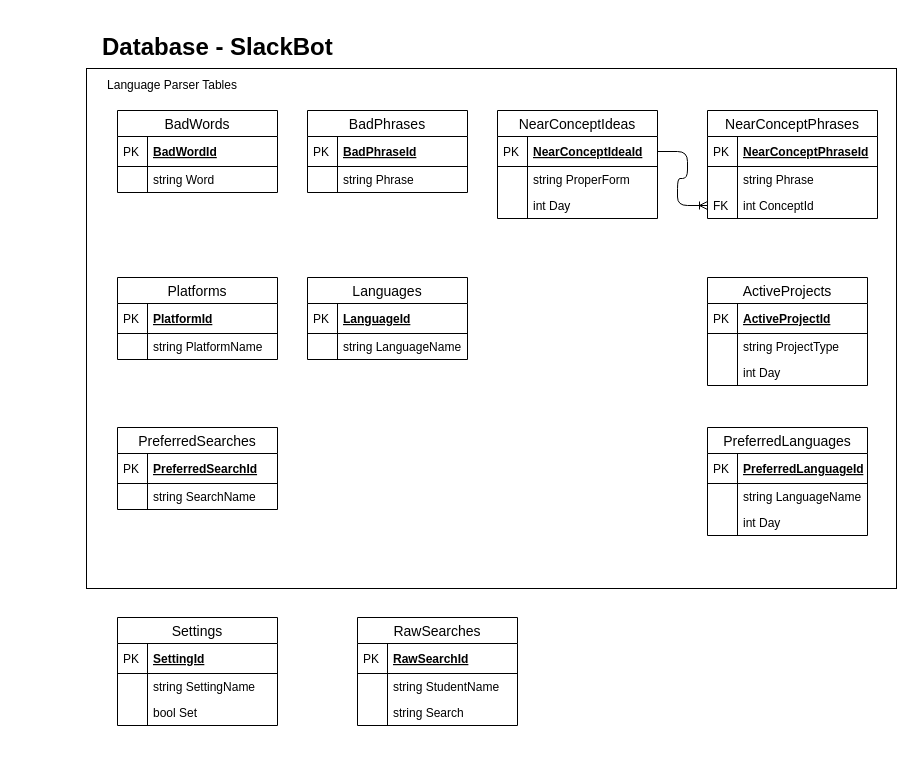
Before: page "Database" (2 of 3) of Documentation/EntityRelationshipDiagram.drawio in aseichter2007/devCodeBot, a draw.io diagram. Source tidied: cells renumbered, new cells numbered last; positions are measured from the earlier drawing's top-left corner, leaving out a move shared by most shapes. Both pictures are drawn from the tidied source at 100%, with x=0, y=0 at pixel (17, 27).
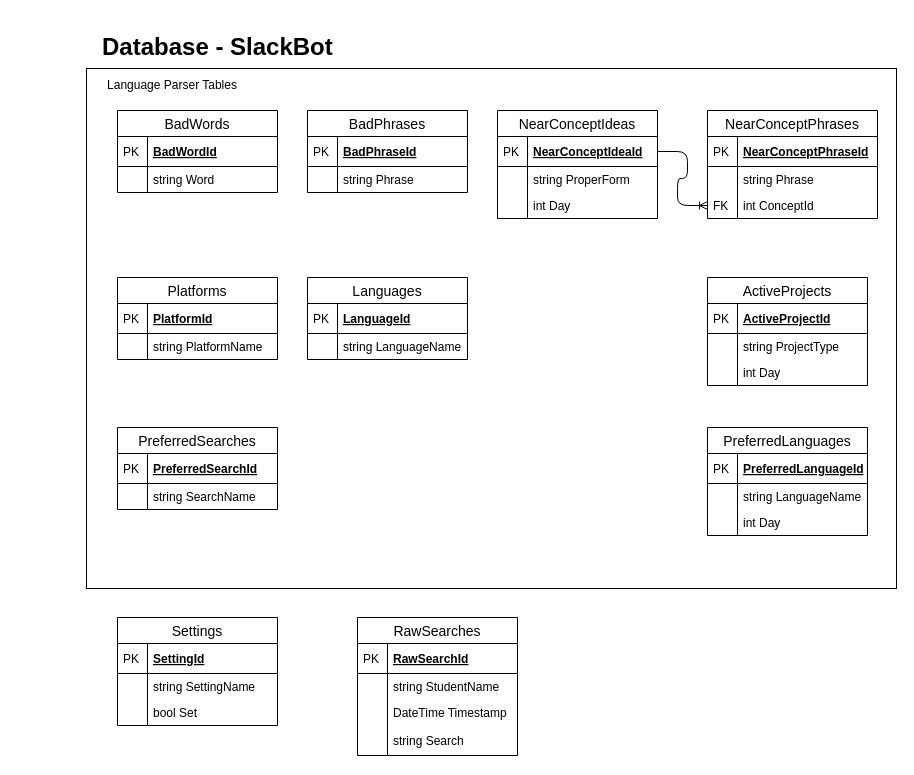
The same diagram, later.

Commit message (it also covers changes not shown here):
Added TimeStamp to RawSearches. New Migration file. Updated ER diagram and back-end design doc.

The edit, as a diff of the source:
```diff
@@
     <mxCell id="20" value="RawSearches" style="swimlane;fontStyle=0;horizontal=1;startSize=26;align=center;fontSize=14;" parent="1" vertex="1">
-      <mxGeometry x="340" y="590" width="160" height="108" as="geometry" />
+      <mxGeometry x="340" y="590" width="160" height="138" as="geometry" />
     </mxCell>
@@
-    <mxCell id="25" value="string Search" style="shape=partialRectangle;top=0;left=0;right=0;bottom=0;align=left;verticalAlign=top;fillColor=none;spacingLeft=34;spacingRight=4;overflow=hidden;fontSize=12;" parent="20" vertex="1">
-      <mxGeometry y="82" width="160" height="26" as="geometry" />
+    <mxCell id="25" value="DateTime Timestamp" style="shape=partialRectangle;top=0;left=0;right=0;bottom=0;align=left;verticalAlign=top;fillColor=none;spacingLeft=34;spacingRight=4;overflow=hidden;fontSize=12;" parent="20" vertex="1">
+      <mxGeometry y="82" width="160" height="28" as="geometry" />
     </mxCell>
     <mxCell id="26" style="shape=partialRectangle;top=0;left=0;bottom=0;fillColor=none;align=left;verticalAlign=top;spacingLeft=4;spacingRight=4;overflow=hidden;fontSize=12;" parent="25" vertex="1">
-      <mxGeometry width="30" height="26" as="geometry" />
+      <mxGeometry width="30" height="28" as="geometry" />
     </mxCell>
+    <mxCell id="73" value="string Search" style="shape=partialRectangle;top=0;left=0;right=0;bottom=0;align=left;verticalAlign=top;fillColor=none;spacingLeft=34;spacingRight=4;overflow=hidden;fontSize=12;" parent="20" vertex="1">
+      <mxGeometry y="110" width="160" height="28" as="geometry" />
+    </mxCell>
+    <mxCell id="74" style="shape=partialRectangle;top=0;left=0;bottom=0;fillColor=none;align=left;verticalAlign=top;spacingLeft=4;spacingRight=4;overflow=hidden;fontSize=12;" parent="73" vertex="1">
+      <mxGeometry width="30" height="28" as="geometry" />
+    </mxCell>
```
